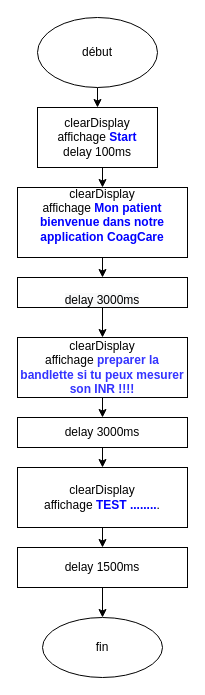
The draw.io diagram page "Page-2" (2 of 5) of Untitled Diagram.drawio in tliliyounes/GeekTrainer_Python, before the edit. Source tidied: cells renumbered, new cells numbered last; positions are measured from the earlier drawing's top-left corner, leaving out a move shared by most shapes. Both pictures are drawn from the tidied source at 100%, with x=0, y=0 at pixel (17, 17).
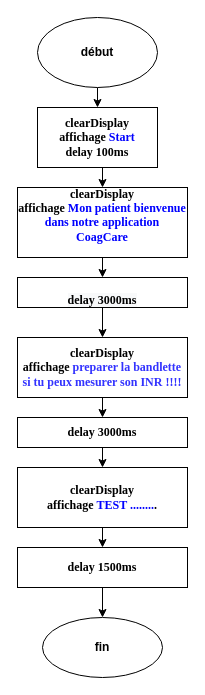
The same diagram, later.

The edit, as a diff of the source:
```diff
@@
 <mxGraphModel>
   <root>
     <mxCell id="0" />
     <mxCell id="1" parent="0" />
     <mxCell id="2" style="edgeStyle=orthogonalEdgeStyle;rounded=0;jettySize=auto;html=1;exitX=0.5;exitY=1;exitDx=0;exitDy=0;entryX=0.5;entryY=0;entryDx=0;entryDy=0;" parent="1" edge="1" source="3" target="5">
       <mxGeometry relative="1" as="geometry" />
     </mxCell>
-    <mxCell id="3" value="début" style="ellipse;whiteSpace=wrap;html=1;" parent="1" vertex="1">
+    <mxCell id="3" value="&lt;b&gt;début&lt;/b&gt;" style="ellipse;whiteSpace=wrap;html=1;" parent="1" vertex="1">
       <mxGeometry x="20" width="120" height="70" as="geometry" />
     </mxCell>
     <mxCell id="4" style="edgeStyle=orthogonalEdgeStyle;rounded=0;jettySize=auto;html=1;exitX=0.5;exitY=1;exitDx=0;exitDy=0;entryX=0.5;entryY=0;entryDx=0;entryDy=0;" parent="1" edge="1" source="5" target="7">
       <mxGeometry relative="1" as="geometry" />
     </mxCell>
-    <mxCell id="5" value="clearDisplay&lt;br&gt;affichage&amp;nbsp;&lt;font color=&quot;#0000ff&quot; style=&quot;font-weight: bold&quot;&gt;Start&lt;/font&gt;&lt;br&gt;delay 100ms" style="rounded=0;whiteSpace=wrap;html=1;" parent="1" vertex="1">
+    <mxCell id="5" value="&lt;b&gt;&lt;font face=&quot;Times New Roman&quot;&gt;clearDisplay&lt;br&gt;affichage&amp;nbsp;&lt;font color=&quot;#0000ff&quot;&gt;Start&lt;/font&gt;&lt;br&gt;delay 100ms&lt;/font&gt;&lt;/b&gt;" style="rounded=0;whiteSpace=wrap;html=1;" parent="1" vertex="1">
       <mxGeometry x="20" y="90" width="120" height="60" as="geometry" />
     </mxCell>
     <mxCell id="6" style="edgeStyle=orthogonalEdgeStyle;rounded=0;jettySize=auto;html=1;exitX=0.5;exitY=1;exitDx=0;exitDy=0;entryX=0.5;entryY=0;entryDx=0;entryDy=0;" parent="1" edge="1" source="7" target="9">
       <mxGeometry relative="1" as="geometry" />
     </mxCell>
-    <mxCell id="7" value="clearDisplay&lt;br&gt;affichage&amp;nbsp;&lt;font color=&quot;#0000ff&quot;&gt;&lt;b&gt;Mon patient bienvenue dans notre application CoagCare&lt;/b&gt;&lt;br&gt;&lt;br&gt;&lt;/font&gt;" style="rounded=0;whiteSpace=wrap;html=1;" parent="1" vertex="1">
+    <mxCell id="7" value="&lt;b&gt;&lt;font face=&quot;Times New Roman&quot;&gt;clearDisplay&lt;br&gt;affichage&amp;nbsp;&lt;/font&gt;&lt;/b&gt;&lt;font color=&quot;#0000ff&quot;&gt;&lt;b&gt;&lt;font face=&quot;Times New Roman&quot;&gt;Mon patient bienvenue dans notre application CoagCare&lt;br&gt;&lt;/font&gt;&lt;/b&gt;&lt;br&gt;&lt;/font&gt;" style="rounded=0;whiteSpace=wrap;html=1;" parent="1" vertex="1">
       <mxGeometry y="170" width="170" height="70" as="geometry" />
     </mxCell>
     <mxCell id="8" style="edgeStyle=orthogonalEdgeStyle;rounded=0;jettySize=auto;html=1;exitX=0.5;exitY=1;exitDx=0;exitDy=0;entryX=0.5;entryY=0;entryDx=0;entryDy=0;" parent="1" edge="1" source="9" target="11">
       <mxGeometry relative="1" as="geometry" />
     </mxCell>
-    <mxCell id="9" value="&lt;br&gt;&lt;span style=&quot;font-family: &amp;#34;helvetica&amp;#34; ; font-size: 12px ; font-style: normal ; letter-spacing: normal ; text-align: center ; text-indent: 0px ; text-transform: none ; word-spacing: 0px ; background-color: rgb(248 , 249 , 250)&quot;&gt;delay 3000ms&lt;/span&gt;" style="rounded=0;whiteSpace=wrap;html=1;" parent="1" vertex="1">
+    <mxCell id="9" value="&lt;b&gt;&lt;font face=&quot;Times New Roman&quot;&gt;&lt;br&gt;&lt;span style=&quot;font-size: 12px ; font-style: normal ; letter-spacing: normal ; text-align: center ; text-indent: 0px ; text-transform: none ; word-spacing: 0px ; background-color: rgb(248 , 249 , 250)&quot;&gt;delay 3000ms&lt;/span&gt;&lt;/font&gt;&lt;/b&gt;" style="rounded=0;whiteSpace=wrap;html=1;" parent="1" vertex="1">
       <mxGeometry y="260" width="170" height="30" as="geometry" />
     </mxCell>
     <mxCell id="10" style="edgeStyle=orthogonalEdgeStyle;rounded=0;jettySize=auto;html=1;exitX=0.5;exitY=1;exitDx=0;exitDy=0;entryX=0.5;entryY=0;entryDx=0;entryDy=0;" parent="1" edge="1" source="11" target="13">
       <mxGeometry relative="1" as="geometry" />
     </mxCell>
-    <mxCell id="11" value="clearDisplay&lt;br&gt;affichage&amp;nbsp;&lt;b&gt;&lt;font color=&quot;#3333ff&quot;&gt;preparer la bandlette si tu peux mesurer son INR !!!!&lt;/font&gt;&lt;/b&gt;" style="rounded=0;whiteSpace=wrap;html=1;strokeColor=#000000;" parent="1" vertex="1">
+    <mxCell id="11" value="&lt;b&gt;&lt;font face=&quot;Times New Roman&quot;&gt;clearDisplay&lt;br&gt;affichage&amp;nbsp;&lt;font color=&quot;#3333ff&quot;&gt;preparer la bandlette si tu peux mesurer son INR !!!!&lt;/font&gt;&lt;/font&gt;&lt;/b&gt;" style="rounded=0;whiteSpace=wrap;html=1;strokeColor=#000000;" parent="1" vertex="1">
       <mxGeometry y="320" width="170" height="60" as="geometry" />
     </mxCell>
     <mxCell id="12" style="edgeStyle=orthogonalEdgeStyle;rounded=0;jettySize=auto;html=1;exitX=0.5;exitY=1;exitDx=0;exitDy=0;entryX=0.5;entryY=0;entryDx=0;entryDy=0;" parent="1" edge="1" source="13" target="15">
       <mxGeometry relative="1" as="geometry" />
     </mxCell>
-    <mxCell id="13" value="delay 3000ms" style="rounded=0;whiteSpace=wrap;html=1;strokeColor=#000000;" parent="1" vertex="1">
+    <mxCell id="13" value="&lt;b&gt;&lt;font face=&quot;Times New Roman&quot;&gt;delay 3000ms&lt;/font&gt;&lt;/b&gt;" style="rounded=0;whiteSpace=wrap;html=1;strokeColor=#000000;" parent="1" vertex="1">
       <mxGeometry y="400" width="170" height="30" as="geometry" />
     </mxCell>
     <mxCell id="14" style="edgeStyle=orthogonalEdgeStyle;rounded=0;jettySize=auto;html=1;exitX=0.5;exitY=1;exitDx=0;exitDy=0;entryX=0.5;entryY=0;entryDx=0;entryDy=0;" parent="1" edge="1" source="15" target="17">
       <mxGeometry relative="1" as="geometry" />
     </mxCell>
-    <mxCell id="15" value="clearDisplay&lt;br&gt;affichage&amp;nbsp;&lt;b&gt;&lt;font color=&quot;#0000ff&quot;&gt;TEST ........&lt;/font&gt;&lt;/b&gt;." style="rounded=0;whiteSpace=wrap;html=1;strokeColor=#000000;" parent="1" vertex="1">
+    <mxCell id="15" value="&lt;b&gt;&lt;font face=&quot;Times New Roman&quot;&gt;clearDisplay&lt;br&gt;affichage&amp;nbsp;&lt;font color=&quot;#0000ff&quot;&gt;TEST ........&lt;/font&gt;.&lt;/font&gt;&lt;/b&gt;" style="rounded=0;whiteSpace=wrap;html=1;strokeColor=#000000;" parent="1" vertex="1">
       <mxGeometry y="450" width="170" height="60" as="geometry" />
     </mxCell>
     <mxCell id="16" style="edgeStyle=orthogonalEdgeStyle;rounded=0;jettySize=auto;html=1;exitX=0.5;exitY=1;exitDx=0;exitDy=0;entryX=0.5;entryY=0;entryDx=0;entryDy=0;" parent="1" edge="1" source="17" target="18">
       <mxGeometry relative="1" as="geometry" />
     </mxCell>
-    <mxCell id="17" value="delay 1500ms" style="rounded=0;whiteSpace=wrap;html=1;strokeColor=#000000;" parent="1" vertex="1">
+    <mxCell id="17" value="&lt;b&gt;&lt;font face=&quot;Times New Roman&quot;&gt;delay 1500ms&lt;/font&gt;&lt;/b&gt;" style="rounded=0;whiteSpace=wrap;html=1;strokeColor=#000000;" parent="1" vertex="1">
       <mxGeometry y="530" width="170" height="40" as="geometry" />
     </mxCell>
-    <mxCell id="18" value="fin" style="ellipse;whiteSpace=wrap;html=1;strokeColor=#000000;" parent="1" vertex="1">
+    <mxCell id="18" value="&lt;b&gt;fin&lt;/b&gt;" style="ellipse;whiteSpace=wrap;html=1;strokeColor=#000000;" parent="1" vertex="1">
       <mxGeometry x="25" y="600" width="120" height="60" as="geometry" />
     </mxCell>
   </root>
 </mxGraphModel>
```
